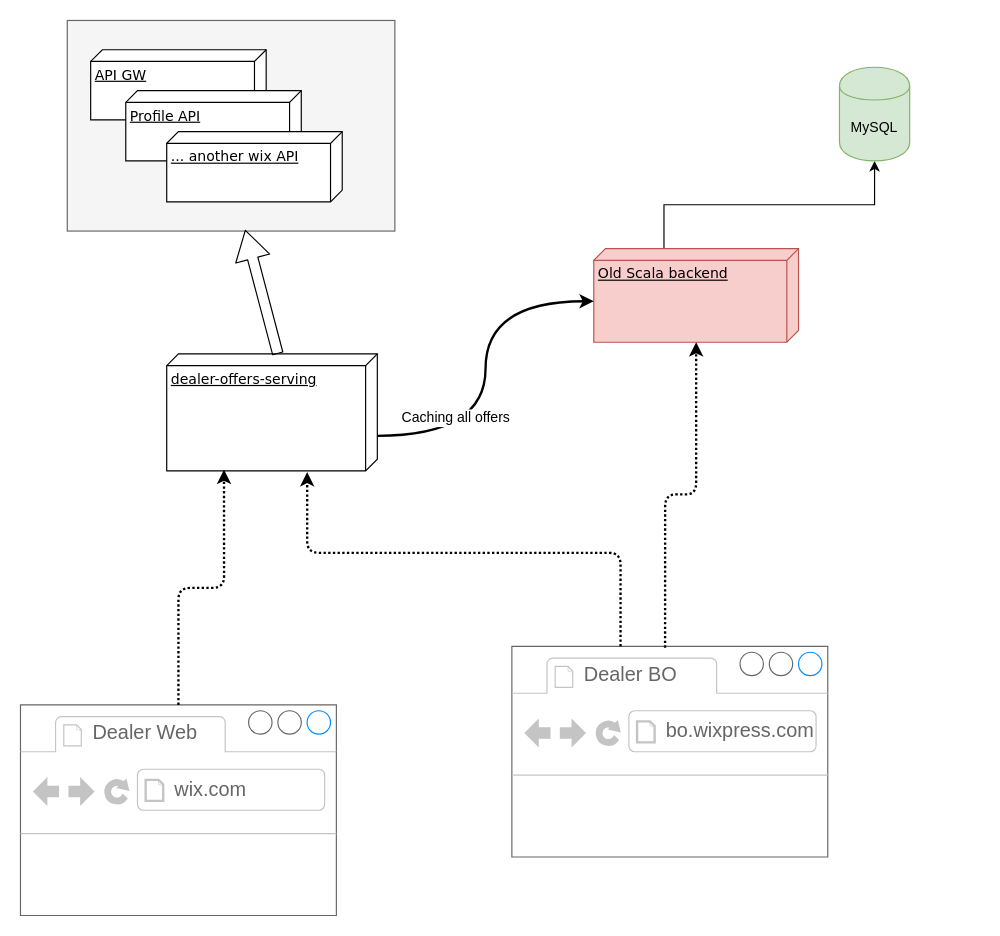
aristofun/__playgrnd keeps this draw.io diagram as page "Now" (1 of 2) of Untitled Diagram.drawio. Above is the earlier version. Source tidied: cells renumbered, new cells numbered last; positions are measured from the earlier drawing's top-left corner, leaving out a move shared by most shapes. Both pictures are drawn from the tidied source at 117%, with x=0, y=0 at pixel (20, 20).
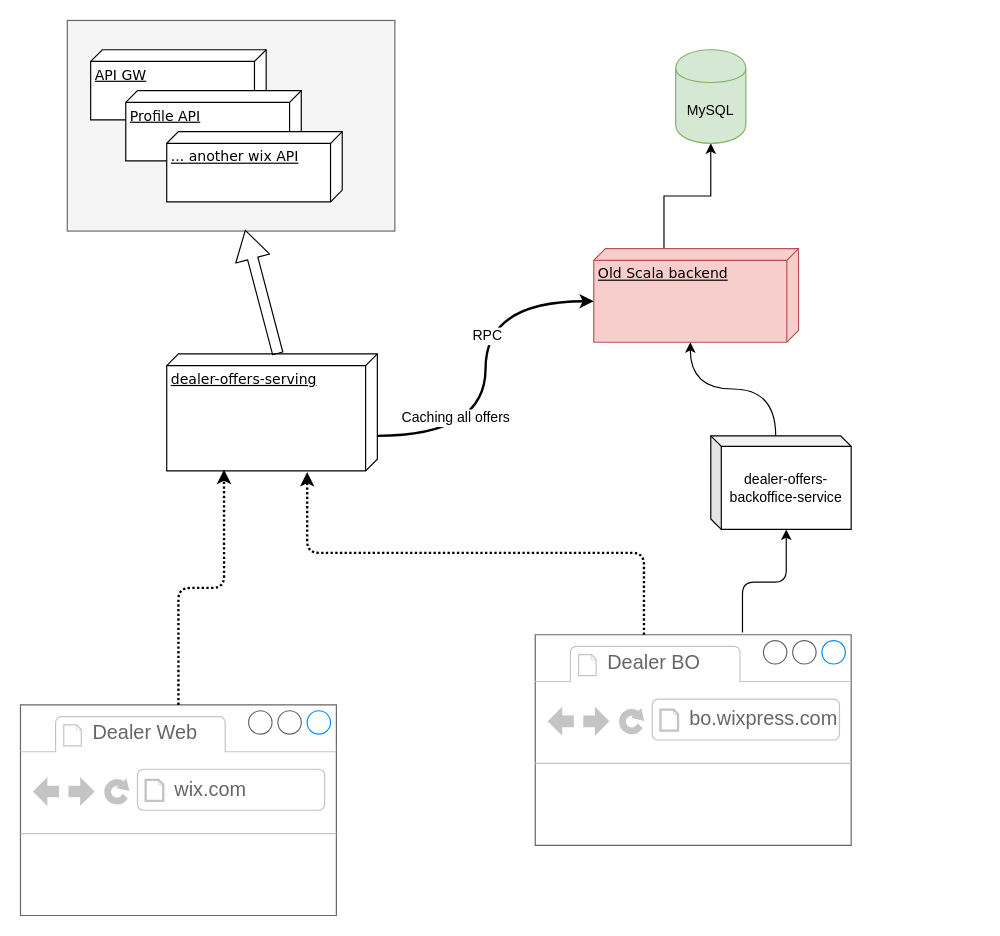
The same diagram, later.

Unchanged cells that the change refers to:
```xml
<mxCell id="5" value="Old Scala backend" style="verticalAlign=top;align=left;spacingTop=8;spacingLeft=2;spacingRight=12;shape=cube;size=10;direction=south;fontStyle=4;html=1;rounded=0;shadow=0;comic=0;labelBackgroundColor=none;strokeWidth=1;fontFamily=Verdana;fontSize=12;fillColor=#f8cecc;strokeColor=#b85450;" parent="1" vertex="1">
  <mxGeometry x="490" y="195" width="175" height="80" as="geometry" />
</mxCell>
<mxCell id="6" style="edgeStyle=orthogonalEdgeStyle;rounded=0;jettySize=auto;html=1;exitX=0;exitY=0;exitDx=70;exitDy=0;exitPerimeter=0;entryX=0;entryY=0;entryDx=45;entryDy=175;entryPerimeter=0;strokeWidth=2;curved=1;" parent="1" edge="1" source="8" target="5">
  <mxGeometry relative="1" as="geometry" />
</mxCell>
```

The edit, as a diff of the source:
```diff
@@
+    <mxCell id="22" value="RPC" style="text;html=1;align=center;verticalAlign=middle;labelBackgroundColor=#ffffff;" parent="6" vertex="1">
+      <mxGeometry x="0.19" relative="1" as="geometry">
+        <mxPoint x="1" y="1" as="offset" />
+      </mxGeometry>
+    </mxCell>
@@
     <mxCell id="9" value="MySQL" style="shape=cylinder;whiteSpace=wrap;html=1;boundedLbl=1;backgroundOutline=1;fillColor=#d5e8d4;strokeColor=#82b366;" parent="1" vertex="1">
-      <mxGeometry x="700" y="40" width="60" height="80" as="geometry" />
+      <mxGeometry x="560" y="25" width="60" height="80" as="geometry" />
     </mxCell>
@@
     <mxCell id="16" style="strokeWidth=1;shadow=0;dashed=0;align=center;html=1;shape=mxgraph.mockup.containers.browserWindow;rSize=0;strokeColor=#666666;strokeColor2=#008cff;strokeColor3=#c4c4c4;mainText=,;" parent="1" vertex="1">
-      <mxGeometry x="420" y="535" width="270" height="180" as="geometry" />
+      <mxGeometry x="440" y="525" width="270" height="180" as="geometry" />
     </mxCell>
@@
-    <mxCell id="19" style="endArrow=classic;html=1;strokeWidth=2;exitX=0.485;exitY=0.006;exitDx=0;exitDy=0;exitPerimeter=0;edgeStyle=orthogonalEdgeStyle;dashed=1;dashPattern=1 1;" parent="1" edge="1" source="16" target="5">
-      <mxGeometry relative="1" as="geometry" />
-    </mxCell>
@@
+    <mxCell id="23" style="edgeStyle=orthogonalEdgeStyle;rounded=0;jettySize=auto;html=1;exitX=0;exitY=0;exitDx=55.5;exitDy=0;exitPerimeter=0;entryX=0;entryY=0;entryDx=80;entryDy=92.5;entryPerimeter=0;curved=1;" parent="1" edge="1" source="24" target="5">
+      <mxGeometry relative="1" as="geometry" />
+    </mxCell>
+    <mxCell id="24" value="dealer-offers-backoffice-service" style="shape=cube;whiteSpace=wrap;html=1;boundedLbl=1;backgroundOutline=1;darkOpacity=0.05;darkOpacity2=0.1;size=9;" parent="1" vertex="1">
+      <mxGeometry x="590" y="355" width="120" height="80" as="geometry" />
+    </mxCell>
+    <mxCell id="25" style="endArrow=classic;html=1;exitX=0.656;exitY=-0.011;exitDx=0;exitDy=0;exitPerimeter=0;entryX=0;entryY=0;entryDx=64.5;entryDy=80;entryPerimeter=0;edgeStyle=orthogonalEdgeStyle;" parent="1" edge="1" source="16" target="24">
+      <mxGeometry relative="1" as="geometry" />
+    </mxCell>
```
